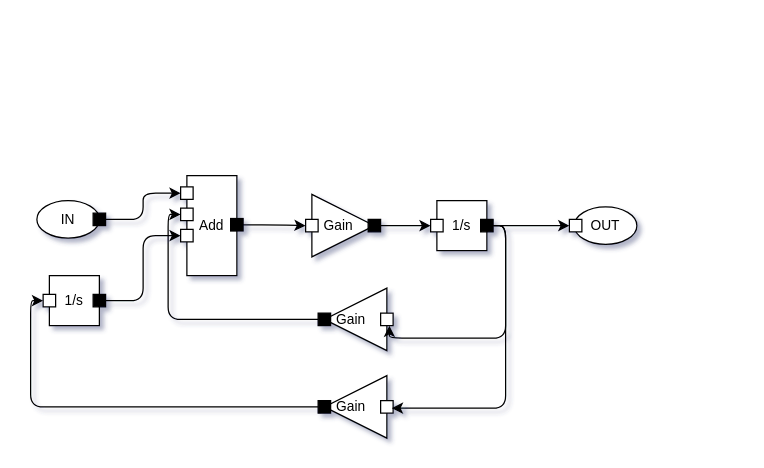
This is examples/RLC.drawio from JuliaMBD/JuliaMBD.jl, a draw.io file, before an edit. Source tidied: cells renumbered, new cells numbered last; positions are measured from the earlier drawing's top-left corner, leaving out a move shared by most shapes. Both pictures are drawn from the tidied source at 125%, with x=0, y=0 at pixel (36, 175).
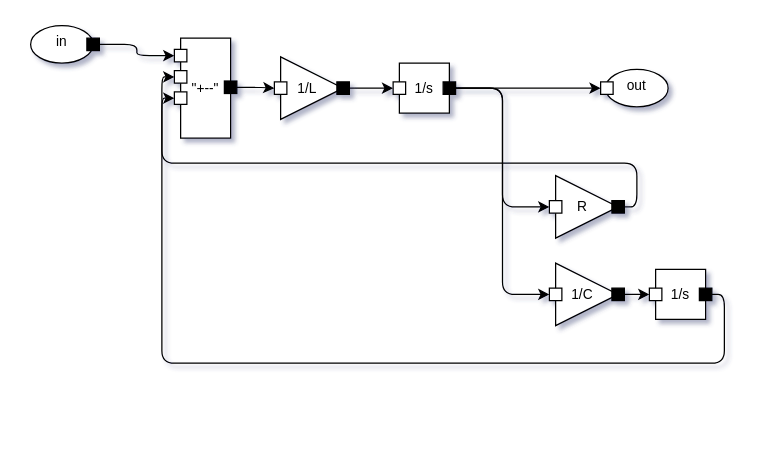
The same page after the edit.

Diff of the diagram source:
```diff
@@
-    <mxCell id="2" value="&lt;font style=&quot;font-size: 11px;&quot;&gt;IN&lt;/font&gt;" style="ellipse;whiteSpace=wrap;html=1;fontSize=18;spacingTop=-5;" parent="1" vertex="1">
-      <mxGeometry y="20" width="50" height="30" as="geometry" />
-    </mxCell>
+    <object id="35" label="%name%" name="in" placeholders="1">
+      <mxCell style="ellipse;whiteSpace=wrap;html=1;fontSize=11;spacingTop=-5;" parent="1" vertex="1">
+        <mxGeometry x="-5" y="-120" width="50" height="30" as="geometry" />
+      </mxCell>
+    </object>
-    <mxCell id="3" value="&lt;p style=&quot;line-height: 100%;&quot;&gt;&lt;br&gt;&lt;/p&gt;" style="whiteSpace=wrap;html=1;snapToPoint=1;points=[[1,0.5,0,0,0]];noLabel=0;overflow=visible;fillColor=#000000;" parent="2" vertex="1">
+    <mxCell id="3" value="&lt;p style=&quot;line-height: 100%;&quot;&gt;&lt;br&gt;&lt;/p&gt;" style="whiteSpace=wrap;html=1;snapToPoint=1;points=[[1,0.5,0,0,0]];noLabel=0;overflow=visible;fillColor=#000000;" parent="35" vertex="1">
       <mxGeometry x="45" y="10" width="10" height="10" as="geometry" />
     </mxCell>
-    <mxCell id="4" value="Add" style="rounded=0;whiteSpace=wrap;html=1;fontSize=11;" parent="1" vertex="1">
-      <mxGeometry x="120" width="40" height="80" as="geometry" />
-    </mxCell>
+    <object id="36" label="%name%" name="out" placeholders="1">
+      <mxCell style="ellipse;whiteSpace=wrap;html=1;fontSize=11;spacingTop=-4;" parent="1" vertex="1">
+        <mxGeometry x="455" y="-85" width="50" height="30" as="geometry" />
+      </mxCell>
+    </object>
+    <mxCell id="17" value="&lt;p style=&quot;line-height: 100%;&quot;&gt;&lt;br&gt;&lt;/p&gt;" style="whiteSpace=wrap;html=1;snapToPoint=1;points=[[0,0.5,0,0,0]];noLabel=0;overflow=visible;direction=east;" parent="36" vertex="1">
+      <mxGeometry x="-4" y="10" width="10" height="10" as="geometry" />
+    </mxCell>
+    <object id="37" label="%signs%" placeholders="1" signs="&quot;+--&quot;">
+      <mxCell style="rounded=0;whiteSpace=wrap;html=1;fontSize=11;" parent="1" vertex="1">
+        <mxGeometry x="115" y="-110" width="40" height="80" as="geometry" />
+      </mxCell>
+    </object>
-    <mxCell id="5" value="&lt;p style=&quot;line-height: 100%;&quot;&gt;&lt;br&gt;&lt;/p&gt;" style="whiteSpace=wrap;html=1;snapToPoint=1;points=[[1,0.5,0,0,0]];noLabel=0;overflow=visible;fillColor=#000000;" parent="4" vertex="1">
+    <mxCell id="5" value="&lt;p style=&quot;line-height: 100%;&quot;&gt;&lt;br&gt;&lt;/p&gt;" style="whiteSpace=wrap;html=1;snapToPoint=1;points=[[1,0.5,0,0,0]];noLabel=0;overflow=visible;fillColor=#000000;" parent="37" vertex="1">
       <mxGeometry x="35" y="34.3" width="10" height="10" as="geometry" />
     </mxCell>
-    <mxCell id="6" value="&lt;p style=&quot;line-height: 100%;&quot;&gt;&lt;br&gt;&lt;/p&gt;" style="whiteSpace=wrap;html=1;snapToPoint=1;points=[[0,0.5,0,0,0]];noLabel=0;overflow=visible;direction=east;" parent="4" vertex="1">
+    <mxCell id="6" value="&lt;p style=&quot;line-height: 100%;&quot;&gt;&lt;br&gt;&lt;/p&gt;" style="whiteSpace=wrap;html=1;snapToPoint=1;points=[[0,0.5,0,0,0]];noLabel=0;overflow=visible;direction=east;" parent="37" vertex="1">
       <mxGeometry x="-5" y="9" width="10" height="10" as="geometry" />
     </mxCell>
-    <mxCell id="7" value="&lt;p style=&quot;line-height: 100%;&quot;&gt;&lt;br&gt;&lt;/p&gt;" style="whiteSpace=wrap;html=1;snapToPoint=1;points=[[0,0.5,0,0,0]];noLabel=0;overflow=visible;direction=east;" parent="4" vertex="1">
+    <mxCell id="7" value="&lt;p style=&quot;line-height: 100%;&quot;&gt;&lt;br&gt;&lt;/p&gt;" style="whiteSpace=wrap;html=1;snapToPoint=1;points=[[0,0.5,0,0,0]];noLabel=0;overflow=visible;direction=east;" parent="37" vertex="1">
       <mxGeometry x="-5" y="26" width="10" height="10" as="geometry" />
     </mxCell>
-    <mxCell id="8" value="&lt;p style=&quot;line-height: 100%;&quot;&gt;&lt;br&gt;&lt;/p&gt;" style="whiteSpace=wrap;html=1;snapToPoint=1;points=[[0,0.5,0,0,0]];noLabel=0;overflow=visible;direction=east;" parent="4" vertex="1">
+    <mxCell id="8" value="&lt;p style=&quot;line-height: 100%;&quot;&gt;&lt;br&gt;&lt;/p&gt;" style="whiteSpace=wrap;html=1;snapToPoint=1;points=[[0,0.5,0,0,0]];noLabel=0;overflow=visible;direction=east;" parent="37" vertex="1">
       <mxGeometry x="-5" y="43" width="10" height="10" as="geometry" />
     </mxCell>
@@
-    <mxCell id="10" value="Gain" style="triangle;html=1;whiteSpace=wrap;fontSize=11;align=center;spacingLeft=-7;" parent="1" vertex="1">
-      <mxGeometry x="220" y="15" width="50" height="50" as="geometry" />
-    </mxCell>
-    <mxCell id="11" value="&lt;p style=&quot;line-height: 100%;&quot;&gt;&lt;br&gt;&lt;/p&gt;" style="whiteSpace=wrap;html=1;snapToPoint=1;points=[[0,0.5,0,0,0]];noLabel=0;overflow=visible;direction=east;" parent="10" vertex="1">
-      <mxGeometry x="-5" y="20" width="10" height="10" as="geometry" />
-    </mxCell>
-    <mxCell id="12" value="&lt;p style=&quot;line-height: 100%;&quot;&gt;&lt;br&gt;&lt;/p&gt;" style="whiteSpace=wrap;html=1;snapToPoint=1;points=[[1,0.5,0,0,0]];noLabel=0;overflow=visible;fillColor=#000000;" parent="10" vertex="1">
-      <mxGeometry x="45" y="20" width="10" height="10" as="geometry" />
-    </mxCell>
-    <mxCell id="13" value="&lt;font style=&quot;font-size: 11px;&quot;&gt;1/s&lt;/font&gt;" style="whiteSpace=wrap;html=1;fontSize=11;" parent="1" vertex="1">
-      <mxGeometry x="320" y="20" width="40" height="40" as="geometry" />
-    </mxCell>
-    <mxCell id="14" value="&lt;p style=&quot;line-height: 100%;&quot;&gt;&lt;br&gt;&lt;/p&gt;" style="whiteSpace=wrap;html=1;snapToPoint=1;points=[[1,0.5,0,0,0]];noLabel=0;overflow=visible;fillColor=#000000;" parent="13" vertex="1">
-      <mxGeometry x="35" y="15" width="10" height="10" as="geometry" />
-    </mxCell>
-    <mxCell id="15" value="&lt;p style=&quot;line-height: 100%;&quot;&gt;&lt;br&gt;&lt;/p&gt;" style="whiteSpace=wrap;html=1;snapToPoint=1;points=[[0,0.5,0,0,0]];noLabel=0;overflow=visible;direction=east;" parent="13" vertex="1">
-      <mxGeometry x="-5" y="15" width="10" height="10" as="geometry" />
-    </mxCell>
-    <mxCell id="16" value="&lt;font style=&quot;font-size: 11px;&quot;&gt;OUT&lt;/font&gt;" style="ellipse;whiteSpace=wrap;html=1;fontSize=18;spacingTop=-4;" parent="1" vertex="1">
-      <mxGeometry x="430" y="25" width="50" height="30" as="geometry" />
-    </mxCell>
-    <mxCell id="17" value="&lt;p style=&quot;line-height: 100%;&quot;&gt;&lt;br&gt;&lt;/p&gt;" style="whiteSpace=wrap;html=1;snapToPoint=1;points=[[0,0.5,0,0,0]];noLabel=0;overflow=visible;direction=east;" parent="16" vertex="1">
-      <mxGeometry x="-4" y="10" width="10" height="10" as="geometry" />
-    </mxCell>
-    <mxCell id="18" style="edgeStyle=orthogonalEdgeStyle;html=1;exitX=1;exitY=0.5;exitDx=0;exitDy=0;exitPerimeter=0;entryX=0;entryY=0.5;entryDx=0;entryDy=0;entryPerimeter=0;" parent="1" edge="1" source="5" target="11">
-      <mxGeometry relative="1" as="geometry" />
-    </mxCell>
-    <mxCell id="19" style="edgeStyle=orthogonalEdgeStyle;html=1;exitX=1;exitY=0.5;exitDx=0;exitDy=0;exitPerimeter=0;entryX=0;entryY=0.5;entryDx=0;entryDy=0;entryPerimeter=0;" parent="1" edge="1" source="12" target="15">
-      <mxGeometry relative="1" as="geometry" />
-    </mxCell>
-    <mxCell id="20" style="edgeStyle=orthogonalEdgeStyle;html=1;exitX=1;exitY=0.5;exitDx=0;exitDy=0;exitPerimeter=0;entryX=0;entryY=0.5;entryDx=0;entryDy=0;entryPerimeter=0;" parent="1" edge="1" source="14" target="17">
-      <mxGeometry relative="1" as="geometry" />
-    </mxCell>
-    <mxCell id="21" value="Gain" style="triangle;html=1;whiteSpace=wrap;fontSize=11;align=center;spacingLeft=-7;flipH=1;" parent="1" vertex="1">
-      <mxGeometry x="230" y="90" width="50" height="50" as="geometry" />
-    </mxCell>
-    <mxCell id="22" value="&lt;p style=&quot;line-height: 100%;&quot;&gt;&lt;br&gt;&lt;/p&gt;" style="whiteSpace=wrap;html=1;snapToPoint=1;points=[[0,0.5,0,0,0]];noLabel=0;overflow=visible;direction=east;" parent="21" vertex="1">
-      <mxGeometry x="45" y="20" width="10" height="10" as="geometry" />
-    </mxCell>
-    <mxCell id="23" value="&lt;p style=&quot;line-height: 100%;&quot;&gt;&lt;br&gt;&lt;/p&gt;" style="whiteSpace=wrap;html=1;snapToPoint=1;points=[[0,0.5,0,0,0]];noLabel=0;overflow=visible;fillColor=#000000;" parent="21" vertex="1">
-      <mxGeometry x="-5" y="20" width="10" height="10" as="geometry" />
-    </mxCell>
-    <mxCell id="24" value="Gain" style="triangle;html=1;whiteSpace=wrap;fontSize=11;align=center;spacingLeft=-7;flipH=1;" parent="1" vertex="1">
-      <mxGeometry x="230" y="160" width="50" height="50" as="geometry" />
-    </mxCell>
-    <mxCell id="25" value="&lt;p style=&quot;line-height: 100%;&quot;&gt;&lt;br&gt;&lt;/p&gt;" style="whiteSpace=wrap;html=1;snapToPoint=1;points=[[0,0.5,0,0,0]];noLabel=0;overflow=visible;direction=east;" parent="24" vertex="1">
-      <mxGeometry x="45" y="20" width="10" height="10" as="geometry" />
-    </mxCell>
-    <mxCell id="26" value="&lt;p style=&quot;line-height: 100%;&quot;&gt;&lt;br&gt;&lt;/p&gt;" style="whiteSpace=wrap;html=1;snapToPoint=1;points=[[0,0.5,0,0,0]];noLabel=0;overflow=visible;fillColor=#000000;" parent="24" vertex="1">
-      <mxGeometry x="-5" y="20" width="10" height="10" as="geometry" />
-    </mxCell>
-    <mxCell id="27" style="edgeStyle=orthogonalEdgeStyle;html=1;exitX=1;exitY=0.5;exitDx=0;exitDy=0;exitPerimeter=0;entryX=0.7;entryY=1;entryDx=0;entryDy=0;entryPerimeter=0;" parent="1" edge="1" source="14" target="22">
-      <mxGeometry relative="1" as="geometry" />
-    </mxCell>
-    <mxCell id="28" style="edgeStyle=orthogonalEdgeStyle;html=1;exitX=1;exitY=0.5;exitDx=0;exitDy=0;exitPerimeter=0;entryX=0.9;entryY=0.6;entryDx=0;entryDy=0;entryPerimeter=0;" parent="1" edge="1" source="14" target="25">
-      <mxGeometry relative="1" as="geometry" />
-    </mxCell>
-    <mxCell id="29" style="edgeStyle=orthogonalEdgeStyle;html=1;entryX=0;entryY=0.5;entryDx=0;entryDy=0;entryPerimeter=0;exitX=0;exitY=0.5;exitDx=0;exitDy=0;exitPerimeter=0;" parent="1" edge="1" source="23" target="7">
-      <mxGeometry relative="1" as="geometry" />
-    </mxCell>
-    <mxCell id="30" style="edgeStyle=orthogonalEdgeStyle;html=1;exitX=0;exitY=0.5;exitDx=0;exitDy=0;exitPerimeter=0;entryX=0;entryY=0.5;entryDx=0;entryDy=0;entryPerimeter=0;" parent="1" edge="1" source="26" target="33">
-      <mxGeometry relative="1" as="geometry" />
-    </mxCell>
-    <mxCell id="31" value="&lt;font style=&quot;font-size: 11px;&quot;&gt;1/s&lt;/font&gt;" style="whiteSpace=wrap;html=1;fontSize=11;" parent="1" vertex="1">
-      <mxGeometry x="10" y="80" width="40" height="40" as="geometry" />
-    </mxCell>
-    <mxCell id="32" value="&lt;p style=&quot;line-height: 100%;&quot;&gt;&lt;br&gt;&lt;/p&gt;" style="whiteSpace=wrap;html=1;snapToPoint=1;points=[[1,0.5,0,0,0]];noLabel=0;overflow=visible;fillColor=#000000;" parent="31" vertex="1">
-      <mxGeometry x="35" y="15" width="10" height="10" as="geometry" />
-    </mxCell>
-    <mxCell id="33" value="&lt;p style=&quot;line-height: 100%;&quot;&gt;&lt;br&gt;&lt;/p&gt;" style="whiteSpace=wrap;html=1;snapToPoint=1;points=[[0,0.5,0,0,0]];noLabel=0;overflow=visible;direction=east;" parent="31" vertex="1">
-      <mxGeometry x="-5" y="15" width="10" height="10" as="geometry" />
-    </mxCell>
-    <mxCell id="34" style="edgeStyle=orthogonalEdgeStyle;html=1;exitX=1;exitY=0.5;exitDx=0;exitDy=0;exitPerimeter=0;entryX=0;entryY=0.5;entryDx=0;entryDy=0;entryPerimeter=0;" parent="1" edge="1" source="32" target="8">
-      <mxGeometry relative="1" as="geometry" />
-    </mxCell>
+    <object id="38" label="%K%" K="1/L" placeholders="1">
+      <mxCell style="triangle;html=1;whiteSpace=wrap;fontSize=11;align=center;spacingLeft=-7;" parent="1" vertex="1">
+        <mxGeometry x="195" y="-95" width="50" height="50" as="geometry" />
+      </mxCell>
+    </object>
+    <mxCell id="39" value="&lt;p style=&quot;line-height: 100%;&quot;&gt;&lt;br&gt;&lt;/p&gt;" style="whiteSpace=wrap;html=1;snapToPoint=1;points=[[0,0.5,0,0,0]];noLabel=0;overflow=visible;direction=east;" parent="38" vertex="1">
+      <mxGeometry x="-5" y="20" width="10" height="10" as="geometry" />
+    </mxCell>
+    <mxCell id="40" value="&lt;p style=&quot;line-height: 100%;&quot;&gt;&lt;br&gt;&lt;/p&gt;" style="whiteSpace=wrap;html=1;snapToPoint=1;points=[[1,0.5,0,0,0]];noLabel=0;overflow=visible;fillColor=#000000;" parent="38" vertex="1">
+      <mxGeometry x="45" y="20" width="10" height="10" as="geometry" />
+    </mxCell>
+    <mxCell id="41" value="1/s" style="whiteSpace=wrap;html=1;fontSize=11;" parent="1" vertex="1">
+      <mxGeometry x="290" y="-90" width="40" height="40" as="geometry" />
+    </mxCell>
+    <mxCell id="42" value="&lt;p style=&quot;line-height: 100%;&quot;&gt;&lt;br&gt;&lt;/p&gt;" style="whiteSpace=wrap;html=1;snapToPoint=1;points=[[1,0.5,0,0,0]];noLabel=0;overflow=visible;fillColor=#000000;" parent="41" vertex="1">
+      <mxGeometry x="35" y="15" width="10" height="10" as="geometry" />
+    </mxCell>
+    <mxCell id="43" value="&lt;p style=&quot;line-height: 100%;&quot;&gt;&lt;br&gt;&lt;/p&gt;" style="whiteSpace=wrap;html=1;snapToPoint=1;points=[[0,0.5,0,0,0]];noLabel=0;overflow=visible;direction=east;" parent="41" vertex="1">
+      <mxGeometry x="-5" y="15" width="10" height="10" as="geometry" />
+    </mxCell>
+    <mxCell id="44" style="edgeStyle=orthogonalEdgeStyle;html=1;exitX=1;exitY=0.5;exitDx=0;exitDy=0;exitPerimeter=0;entryX=0;entryY=0.5;entryDx=0;entryDy=0;entryPerimeter=0;" parent="1" edge="1" source="40" target="43">
+      <mxGeometry relative="1" as="geometry" />
+    </mxCell>
+    <mxCell id="45" style="edgeStyle=orthogonalEdgeStyle;html=1;exitX=1;exitY=0.5;exitDx=0;exitDy=0;exitPerimeter=0;entryX=0;entryY=0.5;entryDx=0;entryDy=0;entryPerimeter=0;" parent="1" edge="1" source="42" target="17">
+      <mxGeometry relative="1" as="geometry" />
+    </mxCell>
+    <mxCell id="46" style="edgeStyle=orthogonalEdgeStyle;html=1;exitX=1;exitY=0.5;exitDx=0;exitDy=0;exitPerimeter=0;entryX=0;entryY=0.5;entryDx=0;entryDy=0;entryPerimeter=0;" parent="1" edge="1" source="5" target="39">
+      <mxGeometry relative="1" as="geometry" />
+    </mxCell>
+    <object id="47" label="%K%" K="R" placeholders="1">
+      <mxCell style="triangle;html=1;whiteSpace=wrap;fontSize=11;align=center;spacingLeft=-7;" parent="1" vertex="1">
+        <mxGeometry x="415" width="50" height="50" as="geometry" />
+      </mxCell>
+    </object>
+    <mxCell id="48" value="&lt;p style=&quot;line-height: 100%;&quot;&gt;&lt;br&gt;&lt;/p&gt;" style="whiteSpace=wrap;html=1;snapToPoint=1;points=[[0,0.5,0,0,0]];noLabel=0;overflow=visible;direction=east;" parent="47" vertex="1">
+      <mxGeometry x="-5" y="20" width="10" height="10" as="geometry" />
+    </mxCell>
+    <mxCell id="49" value="&lt;p style=&quot;line-height: 100%;&quot;&gt;&lt;br&gt;&lt;/p&gt;" style="whiteSpace=wrap;html=1;snapToPoint=1;points=[[1,0.5,0,0,0]];noLabel=0;overflow=visible;fillColor=#000000;" parent="47" vertex="1">
+      <mxGeometry x="45" y="20" width="10" height="10" as="geometry" />
+    </mxCell>
+    <object id="50" label="%K%" K="1/C" placeholders="1">
+      <mxCell style="triangle;html=1;whiteSpace=wrap;fontSize=11;align=center;spacingLeft=-7;" parent="1" vertex="1">
+        <mxGeometry x="415" y="70" width="50" height="50" as="geometry" />
+      </mxCell>
+    </object>
+    <mxCell id="51" value="&lt;p style=&quot;line-height: 100%;&quot;&gt;&lt;br&gt;&lt;/p&gt;" style="whiteSpace=wrap;html=1;snapToPoint=1;points=[[0,0.5,0,0,0]];noLabel=0;overflow=visible;direction=east;" parent="50" vertex="1">
+      <mxGeometry x="-5" y="20" width="10" height="10" as="geometry" />
+    </mxCell>
+    <mxCell id="52" value="&lt;p style=&quot;line-height: 100%;&quot;&gt;&lt;br&gt;&lt;/p&gt;" style="whiteSpace=wrap;html=1;snapToPoint=1;points=[[1,0.5,0,0,0]];noLabel=0;overflow=visible;fillColor=#000000;" parent="50" vertex="1">
+      <mxGeometry x="45" y="20" width="10" height="10" as="geometry" />
+    </mxCell>
+    <mxCell id="53" style="edgeStyle=orthogonalEdgeStyle;html=1;exitX=1;exitY=0.5;exitDx=0;exitDy=0;exitPerimeter=0;entryX=0;entryY=0.5;entryDx=0;entryDy=0;entryPerimeter=0;" parent="1" edge="1" source="42" target="48">
+      <mxGeometry relative="1" as="geometry" />
+    </mxCell>
+    <mxCell id="54" style="edgeStyle=orthogonalEdgeStyle;html=1;exitX=1;exitY=0.5;exitDx=0;exitDy=0;exitPerimeter=0;entryX=0;entryY=0.5;entryDx=0;entryDy=0;entryPerimeter=0;" parent="1" edge="1" source="42" target="51">
+      <mxGeometry relative="1" as="geometry" />
+    </mxCell>
+    <mxCell id="55" value="1/s" style="whiteSpace=wrap;html=1;fontSize=11;" parent="1" vertex="1">
+      <mxGeometry x="495" y="75" width="40" height="40" as="geometry" />
+    </mxCell>
+    <mxCell id="56" value="&lt;p style=&quot;line-height: 100%;&quot;&gt;&lt;br&gt;&lt;/p&gt;" style="whiteSpace=wrap;html=1;snapToPoint=1;points=[[1,0.5,0,0,0]];noLabel=0;overflow=visible;fillColor=#000000;" parent="55" vertex="1">
+      <mxGeometry x="35" y="15" width="10" height="10" as="geometry" />
+    </mxCell>
+    <mxCell id="57" value="&lt;p style=&quot;line-height: 100%;&quot;&gt;&lt;br&gt;&lt;/p&gt;" style="whiteSpace=wrap;html=1;snapToPoint=1;points=[[0,0.5,0,0,0]];noLabel=0;overflow=visible;direction=east;" parent="55" vertex="1">
+      <mxGeometry x="-5" y="15" width="10" height="10" as="geometry" />
+    </mxCell>
+    <mxCell id="58" style="edgeStyle=orthogonalEdgeStyle;html=1;exitX=1;exitY=0.5;exitDx=0;exitDy=0;exitPerimeter=0;entryX=0;entryY=0.5;entryDx=0;entryDy=0;entryPerimeter=0;" parent="1" edge="1" source="49" target="7">
+      <mxGeometry relative="1" as="geometry">
+        <Array as="points">
+          <mxPoint x="480" y="25" />
+          <mxPoint x="480" y="-10" />
+          <mxPoint x="100" y="-10" />
+          <mxPoint x="100" y="-79" />
+        </Array>
+      </mxGeometry>
+    </mxCell>
+    <mxCell id="59" style="edgeStyle=orthogonalEdgeStyle;html=1;exitX=1;exitY=0.5;exitDx=0;exitDy=0;exitPerimeter=0;entryX=0;entryY=0.5;entryDx=0;entryDy=0;entryPerimeter=0;" parent="1" edge="1" source="52" target="57">
+      <mxGeometry relative="1" as="geometry" />
+    </mxCell>
+    <mxCell id="60" style="edgeStyle=orthogonalEdgeStyle;html=1;exitX=1;exitY=0.5;exitDx=0;exitDy=0;exitPerimeter=0;entryX=0;entryY=0.5;entryDx=0;entryDy=0;entryPerimeter=0;" parent="1" edge="1" source="56" target="8">
+      <mxGeometry relative="1" as="geometry">
+        <Array as="points">
+          <mxPoint x="550" y="95" />
+          <mxPoint x="550" y="150" />
+          <mxPoint x="100" y="150" />
+          <mxPoint x="100" y="-62" />
+        </Array>
+      </mxGeometry>
+    </mxCell>
```
